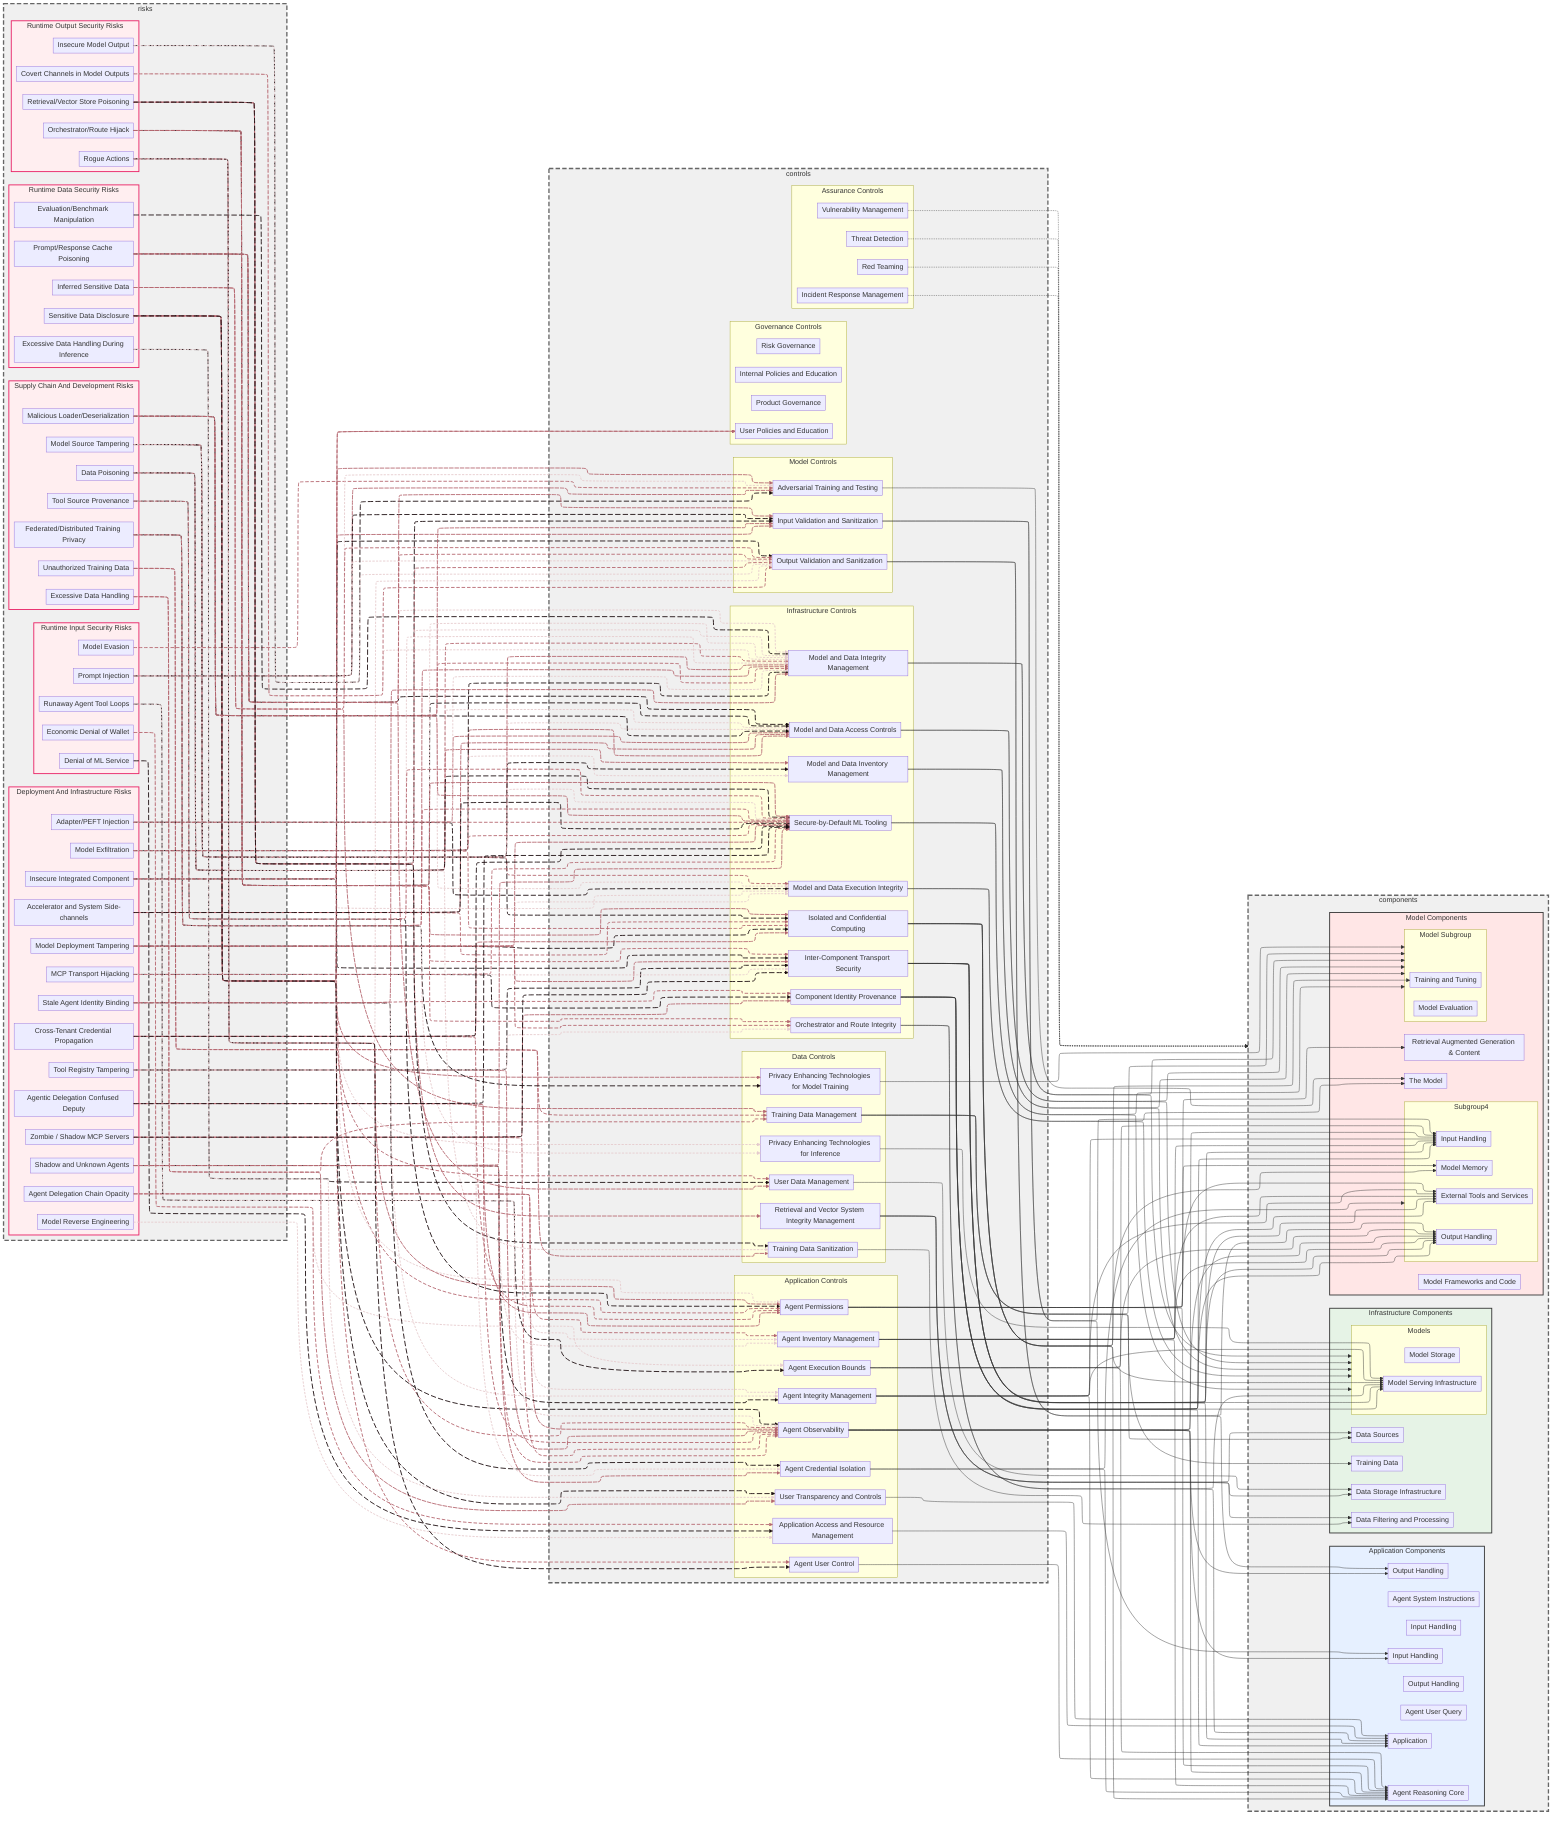
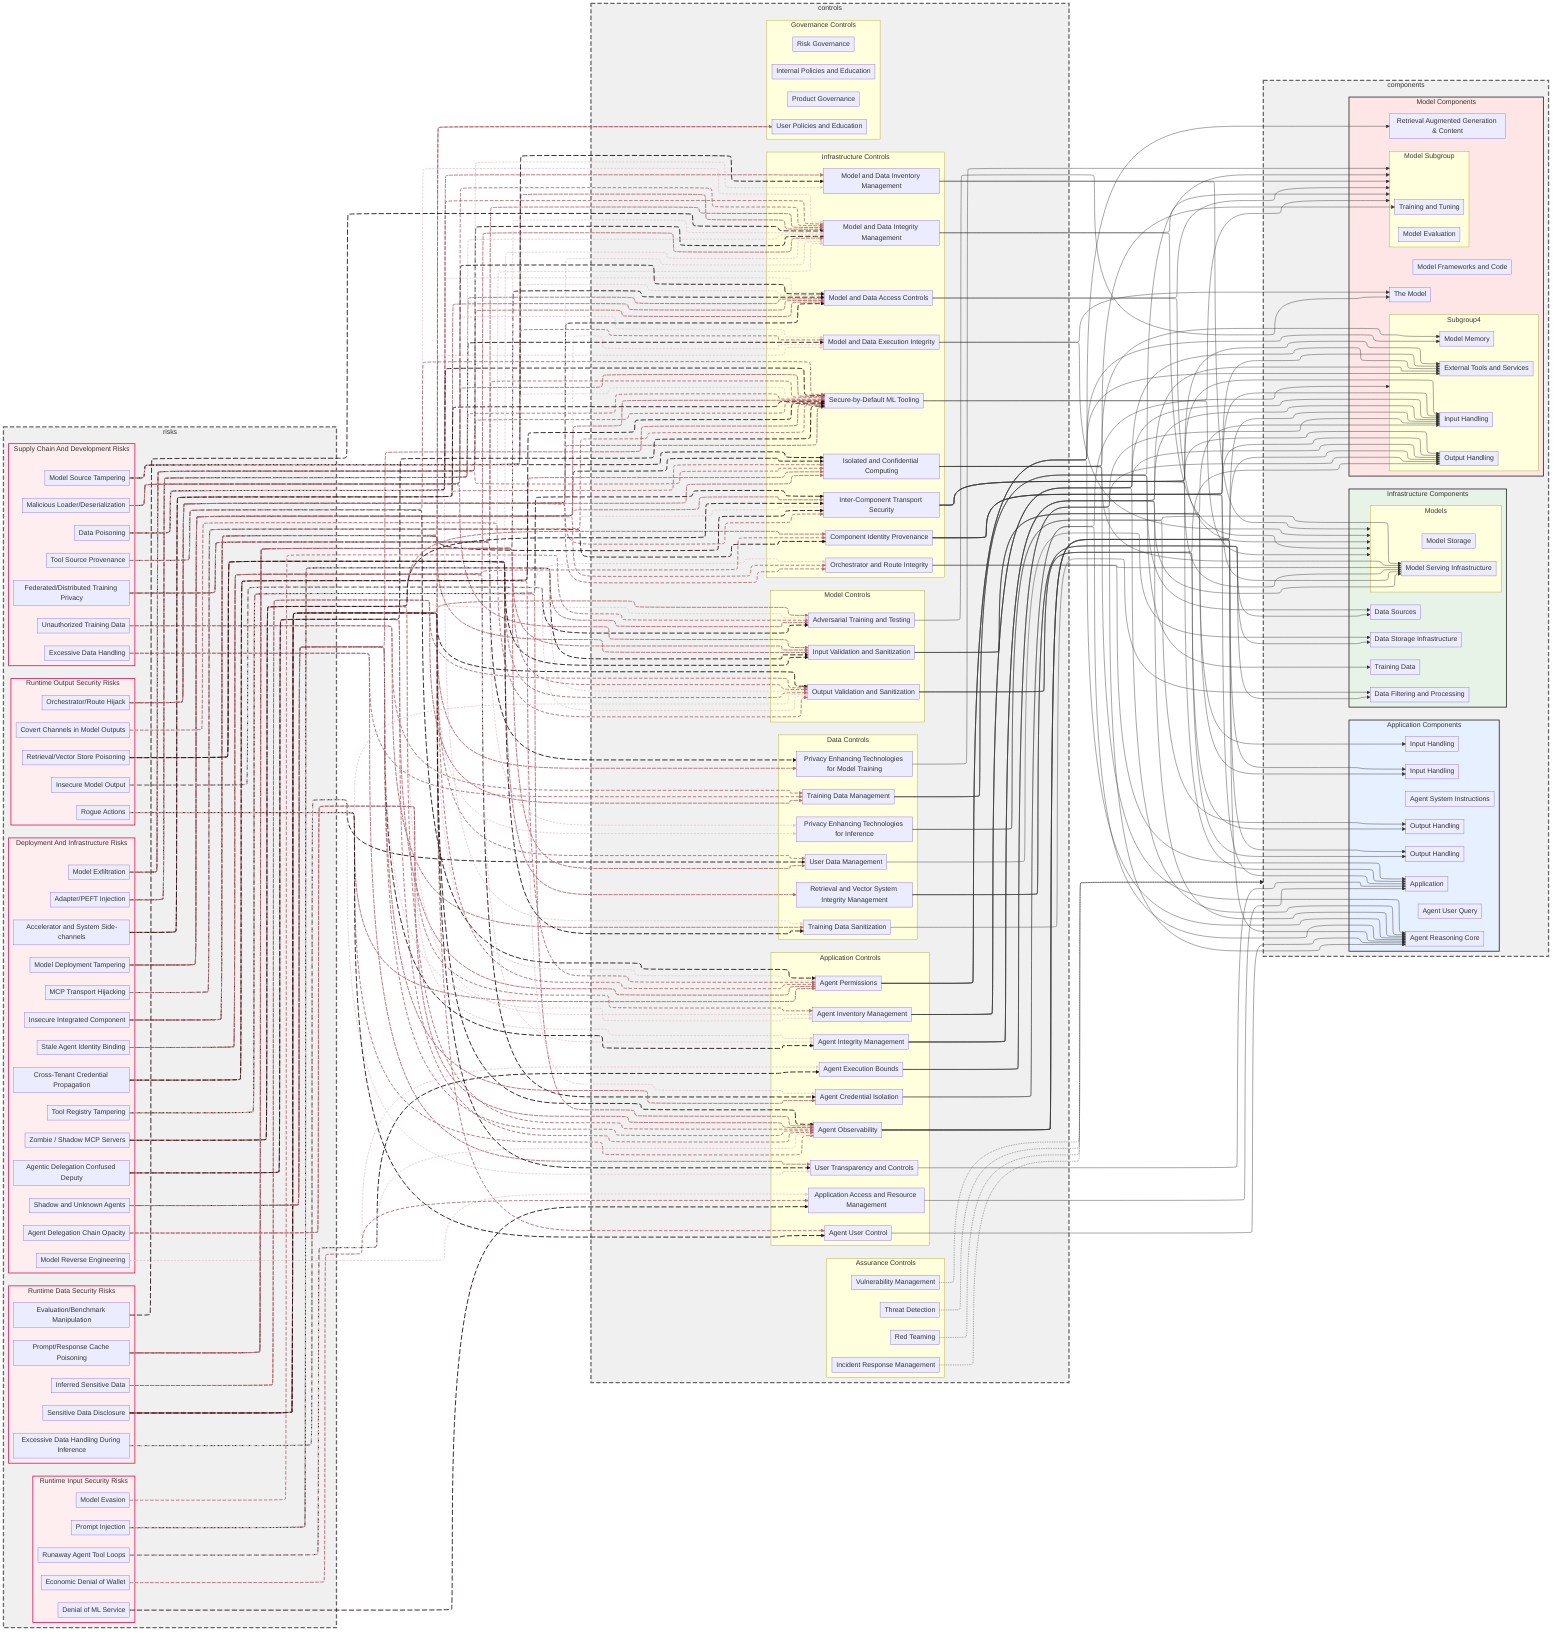
---
config:
  layout: elk
  elk:
    mergeEdges: True
    nodePlacementStrategy: NETWORK_SIMPLEX
---

graph LR
   %%{init: {'flowchart': {'nodeSpacing': 30, 'rankSpacing': 40, 'padding': 5, 'wrappingWidth': 250}}}%%
    classDef hidden display: none;
    classDef allControl stroke:#4285f4,stroke-width:2px,stroke-dasharray: 5 5

    subgraph risks
    subgraph risksSupplyChainAndDevelopment ["Supply Chain And Development Risks"]
        riskDataPoisoning[Data Poisoning]
        riskExcessiveDataHandling[Excessive Data Handling]
        riskFederatedDistributedTrainingPrivacy[Federated/Distributed Training Privacy]
        riskMaliciousLoaderDeserialization[Malicious Loader/Deserialization]
        riskModelSourceTampering[Model Source Tampering]
        riskToolSourceProvenance[Tool Source Provenance]
        riskUnauthorizedTrainingData[Unauthorized Training Data]
    end

    subgraph risksRuntimeDataSecurity ["Runtime Data Security Risks"]
        riskEvaluationBenchmarkManipulation[Evaluation/Benchmark Manipulation]
        riskExcessiveDataHandlingDuringInference[Excessive Data Handling During Inference]
        riskInferredSensitiveData[Inferred Sensitive Data]
        riskPromptResponseCachePoisoning[Prompt/Response Cache Poisoning]
        riskSensitiveDataDisclosure[Sensitive Data Disclosure]
    end

    subgraph risksDeploymentAndInfrastructure ["Deployment And Infrastructure Risks"]
        riskAcceleratorAndSystemSideChannels[Accelerator and System Side-channels]
        riskAdapterPEFTInjection[Adapter/PEFT Injection]
        riskAgentDelegationChainOpacity[Agent Delegation Chain Opacity]
        riskAgenticDelegationConfusedDeputy[Agentic Delegation Confused Deputy]
        riskCrossTenantCredentialPropagation[Cross-Tenant Credential Propagation]
        riskInsecureIntegratedComponent[Insecure Integrated Component]
        riskMCPTransportHijacking[MCP Transport Hijacking]
        riskModelDeploymentTampering[Model Deployment Tampering]
        riskModelExfiltration[Model Exfiltration]
        riskModelReverseEngineering[Model Reverse Engineering]
        riskShadowAndUnknownAgents[Shadow and Unknown Agents]
        riskStaleAgentIdentityBinding[Stale Agent Identity Binding]
        riskToolRegistryTampering[Tool Registry Tampering]
        riskZombieShadowMCPServers[Zombie / Shadow MCP Servers]
    end

    subgraph risksRuntimeInputSecurity ["Runtime Input Security Risks"]
        riskDenialOfMLService[Denial of ML Service]
        riskEconomicDenialOfWallet[Economic Denial of Wallet]
        riskModelEvasion[Model Evasion]
        riskPromptInjection[Prompt Injection]
        riskRunawayAgentToolLoops[Runaway Agent Tool Loops]
    end

    subgraph risksRuntimeOutputSecurity ["Runtime Output Security Risks"]
        riskCovertChannelsInModelOutputs[Covert Channels in Model Outputs]
        riskInsecureModelOutput[Insecure Model Output]
        riskOrchestratorRouteHijacking[Orchestrator/Route Hijack]
        riskRetrievalVectorStorePoisoning[Retrieval/Vector Store Poisoning]
        riskRogueActions[Rogue Actions]
    end

    end

    subgraph controls
    subgraph controlsData ["Data Controls"]
        controlModelPrivacyEnhancingTechnologies[Privacy Enhancing Technologies for Model Training]
        controlRetrievalAndVectorSystemIntegrity[Retrieval and Vector System Integrity Management]
        controlRuntimePrivacyEnhancingTechnologies[Privacy Enhancing Technologies for Inference]
        controlTrainingDataManagement[Training Data Management]
        controlTrainingDataSanitization[Training Data Sanitization]
        controlUserDataManagement[User Data Management]
    end

    subgraph controlsInfrastructure ["Infrastructure Controls"]
        controlComponentIdentityProvenance[Component Identity Provenance]
        controlInterComponentTransportSecurity[Inter-Component Transport Security]
        controlIsolatedConfidentialComputing[Isolated and Confidential Computing]
        controlModelAndDataAccessControls[Model and Data Access Controls]
        controlModelAndDataExecutionIntegrity[Model and Data Execution Integrity]
        controlModelAndDataIntegrityManagement[Model and Data Integrity Management]
        controlModelAndDataInventoryManagement[Model and Data Inventory Management]
        controlOrchestratorAndRouteIntegrity[Orchestrator and Route Integrity]
        controlSecureByDefaultMLTooling[Secure-by-Default ML Tooling]
    end

    subgraph controlsModel ["Model Controls"]
        controlAdversarialTrainingAndTesting[Adversarial Training and Testing]
        controlInputValidationAndSanitization[Input Validation and Sanitization]
        controlOutputValidationAndSanitization[Output Validation and Sanitization]
    end

    subgraph controlsApplication ["Application Controls"]
        controlAgentCredentialIsolation[Agent Credential Isolation]
        controlAgentExecutionBounds[Agent Execution Bounds]
        controlAgentIntegrityManagement[Agent Integrity Management]
        controlAgentInventoryManagement[Agent Inventory Management]
        controlAgentObservability[Agent Observability]
        controlAgentPluginPermissions[Agent Permissions]
        controlAgentPluginUserControl[Agent User Control]
        controlApplicationAccessManagement[Application Access and Resource Management]
        controlUserTransparencyAndControls[User Transparency and Controls]
    end

    subgraph controlsAssurance ["Assurance Controls"]
        controlIncidentResponseManagement[Incident Response Management]
        controlRedTeaming[Red Teaming]
        controlThreatDetection[Threat Detection]
        controlVulnerabilityManagement[Vulnerability Management]
    end

    subgraph controlsGovernance ["Governance Controls"]
        direction LR
        controlInternalPoliciesAndEducation[Internal Policies and Education]
        controlProductGovernance[Product Governance]
        controlRiskGovernance[Risk Governance]
        controlUserPoliciesAndEducation[User Policies and Education]
    end

    end

    subgraph components
    subgraph componentsInfrastructure ["Infrastructure Components"]
        componentDataFilteringAndProcessing[Data Filtering and Processing]
        componentDataSources[Data Sources]
        componentDataStorage[Data Storage Infrastructure]
        componentTrainingData[Training Data]
        subgraph componentsModels ["Models"]
            componentModelServing[Model Serving Infrastructure]
            componentModelStorage[Model Storage]
        end
    end

    subgraph componentsModel ["Model Components"]
        componentModelFrameworksAndCode[Model Frameworks and Code]
        componentRAGContent[Retrieval Augmented Generation & Content]
        componentTheModel[The Model]
        subgraph componentsModelSubgroup ["Model Subgroup"]
            componentModelEvaluation[Model Evaluation]
            componentModelTrainingTuning[Training and Tuning]
        end
        subgraph componentsSubgroup4 ["Subgroup4"]
            componentMemory[Model Memory]
            componentOrchestrationInputHandling[Input Handling]
            componentOrchestrationOutputHandling[Output Handling]
            componentTools[External Tools and Services]
        end
    end

    subgraph componentsApplication ["Application Components"]
        componentAgentInputHandling[Input Handling]
        componentAgentOutputHandling[Output Handling]
        componentAgentSystemInstruction[Agent System Instructions]
        componentAgentUserQuery[Agent User Query]
        componentApplication[Application]
        componentApplicationInputHandling[Input Handling]
        componentApplicationOutputHandling[Output Handling]
        componentReasoningCore[Agent Reasoning Core]
    end

    end

    %% Risk to Control relationships
    riskDataPoisoning --> controlModelAndDataAccessControls
    riskDataPoisoning --> controlModelAndDataIntegrityManagement
    riskDataPoisoning --> controlModelAndDataInventoryManagement
    riskDataPoisoning --> controlSecureByDefaultMLTooling
    riskDataPoisoning --> controlTrainingDataSanitization
    riskUnauthorizedTrainingData --> controlTrainingDataManagement
    riskUnauthorizedTrainingData --> controlTrainingDataSanitization
    riskModelSourceTampering --> controlIsolatedConfidentialComputing
    riskModelSourceTampering --> controlModelAndDataAccessControls
    riskModelSourceTampering --> controlModelAndDataExecutionIntegrity
    riskModelSourceTampering --> controlModelAndDataIntegrityManagement
    riskModelSourceTampering --> controlModelAndDataInventoryManagement
    riskModelSourceTampering --> controlSecureByDefaultMLTooling
    riskExcessiveDataHandling --> controlTrainingDataManagement
    riskExcessiveDataHandling --> controlUserTransparencyAndControls
    riskExcessiveDataHandlingDuringInference --> controlUserDataManagement
    riskExcessiveDataHandlingDuringInference --> controlUserTransparencyAndControls
    riskModelExfiltration --> controlIsolatedConfidentialComputing
    riskModelExfiltration --> controlModelAndDataAccessControls
    riskModelExfiltration --> controlModelAndDataIntegrityManagement
    riskModelExfiltration --> controlModelAndDataInventoryManagement
    riskModelExfiltration --> controlSecureByDefaultMLTooling
    riskModelDeploymentTampering --> controlInterComponentTransportSecurity
    riskModelDeploymentTampering --> controlIsolatedConfidentialComputing
    riskModelDeploymentTampering --> controlModelAndDataExecutionIntegrity
    riskModelDeploymentTampering --> controlOrchestratorAndRouteIntegrity
    riskModelDeploymentTampering --> controlSecureByDefaultMLTooling
    riskDenialOfMLService --> controlApplicationAccessManagement
    riskModelReverseEngineering --> controlApplicationAccessManagement
    riskInsecureIntegratedComponent --> controlAgentPluginPermissions
    riskInsecureIntegratedComponent --> controlInputValidationAndSanitization
    riskInsecureIntegratedComponent --> controlInterComponentTransportSecurity
    riskInsecureIntegratedComponent --> controlModelAndDataExecutionIntegrity
    riskInsecureIntegratedComponent --> controlUserPoliciesAndEducation
    riskPromptInjection --> controlAdversarialTrainingAndTesting
    riskPromptInjection --> controlInputValidationAndSanitization
    riskPromptInjection --> controlOutputValidationAndSanitization
    riskModelEvasion --> controlAdversarialTrainingAndTesting
    riskSensitiveDataDisclosure --> controlAdversarialTrainingAndTesting
    riskSensitiveDataDisclosure --> controlAgentObservability
    riskSensitiveDataDisclosure --> controlAgentPluginPermissions
    riskSensitiveDataDisclosure --> controlAgentPluginUserControl
    riskSensitiveDataDisclosure --> controlModelPrivacyEnhancingTechnologies
    riskSensitiveDataDisclosure --> controlOutputValidationAndSanitization
    riskSensitiveDataDisclosure --> controlRuntimePrivacyEnhancingTechnologies
    riskSensitiveDataDisclosure --> controlUserDataManagement
    riskSensitiveDataDisclosure --> controlUserPoliciesAndEducation
    riskSensitiveDataDisclosure --> controlUserTransparencyAndControls
    riskInferredSensitiveData --> controlAdversarialTrainingAndTesting
    riskInferredSensitiveData --> controlOutputValidationAndSanitization
    riskInferredSensitiveData --> controlTrainingDataManagement
    riskInsecureModelOutput --> controlAdversarialTrainingAndTesting
    riskInsecureModelOutput --> controlOutputValidationAndSanitization
    riskRogueActions --> controlAgentObservability
    riskRogueActions --> controlAgentPluginPermissions
    riskRogueActions --> controlAgentPluginUserControl
    riskRogueActions --> controlOutputValidationAndSanitization
    riskAcceleratorAndSystemSideChannels --> controlIsolatedConfidentialComputing
    riskAcceleratorAndSystemSideChannels --> controlModelAndDataAccessControls
    riskAcceleratorAndSystemSideChannels --> controlSecureByDefaultMLTooling
    riskEconomicDenialOfWallet --> controlAgentExecutionBounds
    riskEconomicDenialOfWallet --> controlApplicationAccessManagement
    riskFederatedDistributedTrainingPrivacy --> controlModelAndDataIntegrityManagement
    riskFederatedDistributedTrainingPrivacy --> controlModelPrivacyEnhancingTechnologies
    riskFederatedDistributedTrainingPrivacy --> controlRuntimePrivacyEnhancingTechnologies
    riskFederatedDistributedTrainingPrivacy --> controlSecureByDefaultMLTooling
    riskAdapterPEFTInjection --> controlModelAndDataAccessControls
    riskAdapterPEFTInjection --> controlModelAndDataExecutionIntegrity
    riskAdapterPEFTInjection --> controlModelAndDataIntegrityManagement
    riskAdapterPEFTInjection --> controlSecureByDefaultMLTooling
    riskToolRegistryTampering --> controlAgentObservability
    riskToolRegistryTampering --> controlInterComponentTransportSecurity
    riskToolRegistryTampering --> controlOrchestratorAndRouteIntegrity
    riskOrchestratorRouteHijacking --> controlInterComponentTransportSecurity
    riskOrchestratorRouteHijacking --> controlIsolatedConfidentialComputing
    riskOrchestratorRouteHijacking --> controlModelAndDataAccessControls
    riskOrchestratorRouteHijacking --> controlModelAndDataIntegrityManagement
    riskOrchestratorRouteHijacking --> controlOrchestratorAndRouteIntegrity
    riskOrchestratorRouteHijacking --> controlSecureByDefaultMLTooling
    riskEvaluationBenchmarkManipulation --> controlModelAndDataIntegrityManagement
    riskCovertChannelsInModelOutputs --> controlModelAndDataIntegrityManagement
    riskCovertChannelsInModelOutputs --> controlOutputValidationAndSanitization
    riskMaliciousLoaderDeserialization --> controlInputValidationAndSanitization
    riskMaliciousLoaderDeserialization --> controlModelAndDataAccessControls
    riskMaliciousLoaderDeserialization --> controlModelAndDataExecutionIntegrity
    riskMaliciousLoaderDeserialization --> controlModelAndDataIntegrityManagement
    riskMaliciousLoaderDeserialization --> controlSecureByDefaultMLTooling
    riskToolSourceProvenance --> controlAgentPluginPermissions
    riskToolSourceProvenance --> controlModelAndDataIntegrityManagement
    riskToolSourceProvenance --> controlSecureByDefaultMLTooling
    riskPromptResponseCachePoisoning --> controlInputValidationAndSanitization
    riskPromptResponseCachePoisoning --> controlModelAndDataAccessControls
    riskPromptResponseCachePoisoning --> controlModelAndDataIntegrityManagement
    riskPromptResponseCachePoisoning --> controlOutputValidationAndSanitization
    riskPromptResponseCachePoisoning --> controlUserDataManagement
    riskRetrievalVectorStorePoisoning --> controlInputValidationAndSanitization
    riskRetrievalVectorStorePoisoning --> controlModelAndDataIntegrityManagement
    riskRetrievalVectorStorePoisoning --> controlOutputValidationAndSanitization
    riskRetrievalVectorStorePoisoning --> controlRetrievalAndVectorSystemIntegrity
    riskRetrievalVectorStorePoisoning --> controlTrainingDataSanitization
    riskAgentDelegationChainOpacity --> controlAgentIntegrityManagement
    riskAgentDelegationChainOpacity --> controlAgentInventoryManagement
    riskAgentDelegationChainOpacity --> controlAgentObservability
    riskStaleAgentIdentityBinding --> controlAgentCredentialIsolation
    riskStaleAgentIdentityBinding --> controlAgentIntegrityManagement
    riskStaleAgentIdentityBinding --> controlComponentIdentityProvenance
    riskStaleAgentIdentityBinding --> controlModelAndDataIntegrityManagement
    riskMCPTransportHijacking --> controlComponentIdentityProvenance
    riskMCPTransportHijacking --> controlInterComponentTransportSecurity
    riskMCPTransportHijacking --> controlSecureByDefaultMLTooling
    riskShadowAndUnknownAgents --> controlAgentCredentialIsolation
    riskShadowAndUnknownAgents --> controlAgentIntegrityManagement
    riskShadowAndUnknownAgents --> controlAgentInventoryManagement
    riskShadowAndUnknownAgents --> controlAgentObservability
    riskShadowAndUnknownAgents --> controlSecureByDefaultMLTooling
    riskRunawayAgentToolLoops --> controlAgentExecutionBounds
    riskRunawayAgentToolLoops --> controlAgentObservability
    riskAgenticDelegationConfusedDeputy --> controlAgentObservability
    riskAgenticDelegationConfusedDeputy --> controlAgentPluginPermissions
    riskAgenticDelegationConfusedDeputy --> controlSecureByDefaultMLTooling
    riskCrossTenantCredentialPropagation --> controlAgentCredentialIsolation
    riskCrossTenantCredentialPropagation --> controlAgentPluginPermissions
    riskCrossTenantCredentialPropagation --> controlIsolatedConfidentialComputing
    riskCrossTenantCredentialPropagation --> controlSecureByDefaultMLTooling
    riskZombieShadowMCPServers --> controlAgentInventoryManagement
    riskZombieShadowMCPServers --> controlAgentObservability
    riskZombieShadowMCPServers --> controlComponentIdentityProvenance
    riskZombieShadowMCPServers --> controlInterComponentTransportSecurity

    %% Control to Component relationships (reused from ControlGraph)
    controlModelPrivacyEnhancingTechnologies --> componentsModelSubgroup
+     controlRuntimePrivacyEnhancingTechnologies --> componentApplicationOutputHandling
    controlRuntimePrivacyEnhancingTechnologies --> componentModelServing
    controlTrainingDataManagement --> componentDataSources
    controlTrainingDataManagement --> componentTrainingData
    controlTrainingDataManagement --> componentsModelSubgroup
    controlTrainingDataSanitization --> componentDataFilteringAndProcessing
    controlUserDataManagement --> componentDataStorage
    controlModelAndDataInventoryManagement --> componentsModelSubgroup
    controlModelAndDataInventoryManagement --> componentsModels
    controlModelAndDataAccessControls --> componentsModelSubgroup
    controlModelAndDataAccessControls --> componentsModels
    controlModelAndDataIntegrityManagement --> componentsModelSubgroup
    controlModelAndDataIntegrityManagement --> componentsModels
    controlModelAndDataExecutionIntegrity --> componentTheModel
    controlModelAndDataExecutionIntegrity --> componentsModels
    controlSecureByDefaultMLTooling --> componentsModelSubgroup
    controlSecureByDefaultMLTooling --> componentsModels
    controlInputValidationAndSanitization --> componentAgentInputHandling
+     controlInputValidationAndSanitization --> componentApplicationInputHandling
    controlInputValidationAndSanitization --> componentOrchestrationInputHandling
    controlOutputValidationAndSanitization --> componentAgentOutputHandling
+     controlOutputValidationAndSanitization --> componentApplicationOutputHandling
    controlOutputValidationAndSanitization --> componentOrchestrationOutputHandling
    controlAdversarialTrainingAndTesting --> componentTheModel
    controlApplicationAccessManagement --> componentApplication
    controlUserTransparencyAndControls --> componentApplication
    controlAgentPluginUserControl --> componentReasoningCore
    controlAgentPluginPermissions --> componentMemory
    controlAgentPluginPermissions --> componentRAGContent
    controlAgentPluginPermissions --> componentReasoningCore
    controlAgentPluginPermissions --> componentTools
    controlRedTeaming -.-> components
    controlVulnerabilityManagement -.-> components
    controlThreatDetection -.-> components
    controlIncidentResponseManagement -.-> components
    controlAgentObservability --> componentAgentInputHandling
    controlAgentObservability --> componentAgentOutputHandling
    controlAgentObservability --> componentOrchestrationInputHandling
    controlAgentObservability --> componentOrchestrationOutputHandling
    controlAgentObservability --> componentReasoningCore
    controlIsolatedConfidentialComputing --> componentMemory
    controlIsolatedConfidentialComputing --> componentModelServing
    controlIsolatedConfidentialComputing --> componentModelTrainingTuning
    controlIsolatedConfidentialComputing --> componentReasoningCore
    controlRetrievalAndVectorSystemIntegrity --> componentDataFilteringAndProcessing
    controlRetrievalAndVectorSystemIntegrity --> componentDataSources
    controlRetrievalAndVectorSystemIntegrity --> componentDataStorage
    controlOrchestratorAndRouteIntegrity --> componentApplication
    controlOrchestratorAndRouteIntegrity --> componentModelServing
    controlAgentInventoryManagement --> componentOrchestrationInputHandling
    controlAgentInventoryManagement --> componentOrchestrationOutputHandling
    controlAgentInventoryManagement --> componentReasoningCore
    controlAgentInventoryManagement --> componentTools
    controlAgentIntegrityManagement --> componentModelServing
    controlAgentIntegrityManagement --> componentOrchestrationInputHandling
    controlAgentIntegrityManagement --> componentReasoningCore
    controlAgentIntegrityManagement --> componentTools
    controlAgentCredentialIsolation --> componentReasoningCore
    controlAgentCredentialIsolation --> componentsSubgroup4
    controlInterComponentTransportSecurity --> componentApplication
    controlInterComponentTransportSecurity --> componentModelServing
    controlInterComponentTransportSecurity --> componentOrchestrationInputHandling
    controlInterComponentTransportSecurity --> componentOrchestrationOutputHandling
    controlInterComponentTransportSecurity --> componentTools
    controlComponentIdentityProvenance --> componentApplication
    controlComponentIdentityProvenance --> componentModelServing
    controlComponentIdentityProvenance --> componentOrchestrationInputHandling
    controlComponentIdentityProvenance --> componentOrchestrationOutputHandling
    controlComponentIdentityProvenance --> componentTools
    controlAgentExecutionBounds --> componentOrchestrationInputHandling
    controlAgentExecutionBounds --> componentOrchestrationOutputHandling
    controlAgentExecutionBounds --> componentReasoningCore

    %% Edge styling
    linkStyle 0,4,8,12,16,20,24,28,32,36,40,44,48,52,56,60,64,68,72,76,80,84,88,92,96,100,104,108,112,116,120,124 stroke:#e6cbce,stroke-width:2px,stroke-dasharray: 5 3
    linkStyle 1,5,9,13,17,21,25,29,33,37,41,45,49,53,57,61,65,69,73,77,81,85,89,93,97,101,105,109,113,117,121,125 stroke:#b66871,stroke-width:2px,stroke-dasharray: 8 4
    linkStyle 2,6,10,14,18,22,26,30,34,38,42,46,50,54,58,62,66,70,74,78,82,86,90,94,98,102,106,110,114,118,122,126 stroke:#b66871,stroke-width:2px,stroke-dasharray: 10 2
    linkStyle 3,7,11,15,19,23,27,31,35,39,43,47,51,55,59,63,67,71,75,79,83,87,91,95,99,103,107,111,115,119,123,127 stroke:#1c0d0f,stroke-width:2px,stroke-dasharray: 12 5

%% Node style definitions
    style risksSupplyChainAndDevelopment fill:#ffeef0,stroke:#e91e63,stroke-width:2px
    style risksRuntimeDataSecurity fill:#ffeef0,stroke:#e91e63,stroke-width:2px
    style risksDeploymentAndInfrastructure fill:#ffeef0,stroke:#e91e63,stroke-width:2px
    style risksRuntimeInputSecurity fill:#ffeef0,stroke:#e91e63,stroke-width:2px
    style risksRuntimeOutputSecurity fill:#ffeef0,stroke:#e91e63,stroke-width:2px
    style components fill:#f0f0f0,stroke:#666666,stroke-width:3px,stroke-dasharray: 10 5
    style controls fill:#f0f0f0,stroke:#666666,stroke-width:3px,stroke-dasharray: 10 5
    style risks fill:#f0f0f0,stroke:#666666,stroke-width:3px,stroke-dasharray: 10 5
    style componentsInfrastructure fill:#e6f3e6,stroke:#333333,stroke-width:2px
    style componentsApplication fill:#e6f0ff,stroke:#333333,stroke-width:2px
    style componentsModel fill:#ffe6e6,stroke:#333333,stroke-width:2px
